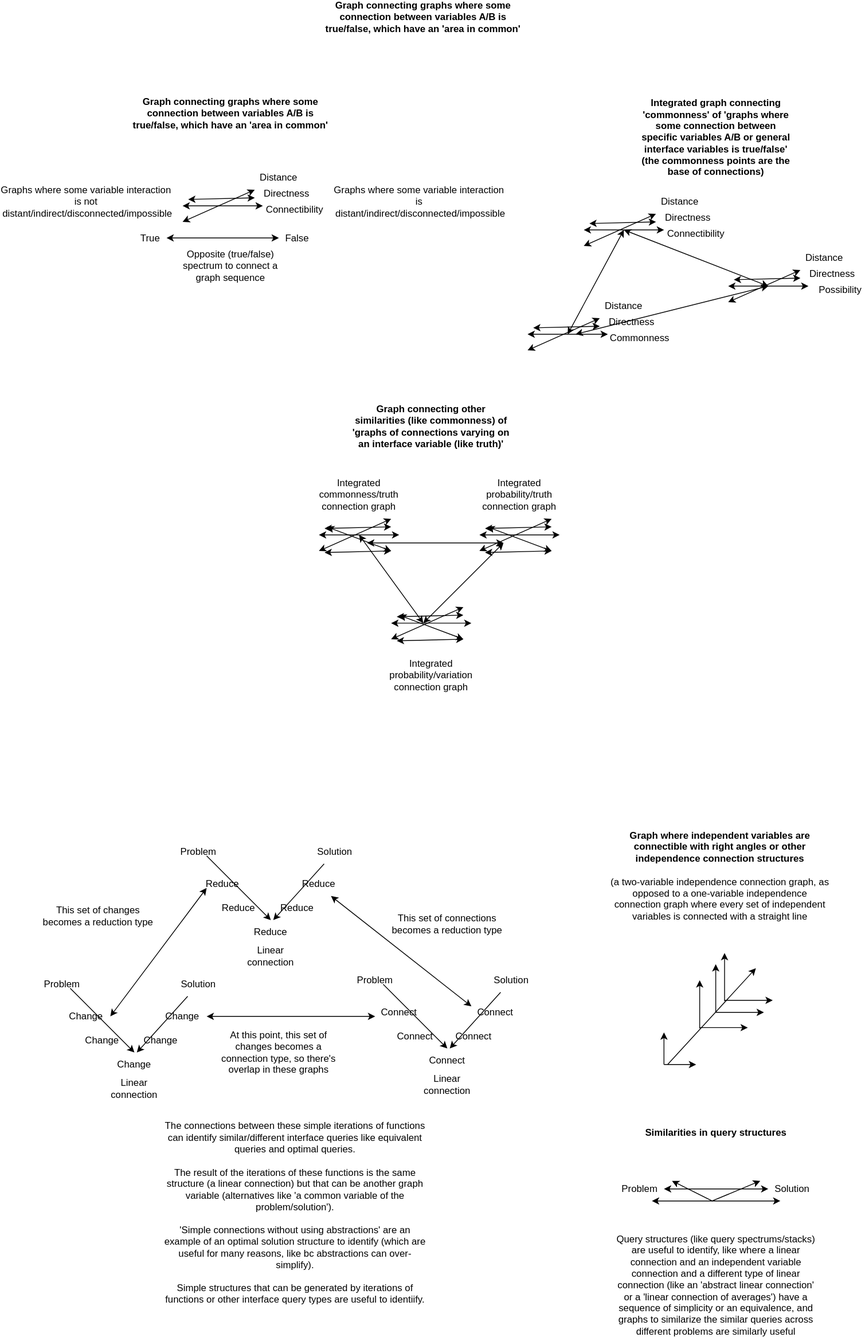
Earlier version of the draw.io export docs/objects/integrated_similarity_spectrum_graphs.drawio.svg (outdreamer/build-a-cure). Source tidied: cells renumbered, new cells last; positions are measured from the earlier drawing's top-left corner, leaving out a move shared by most shapes.
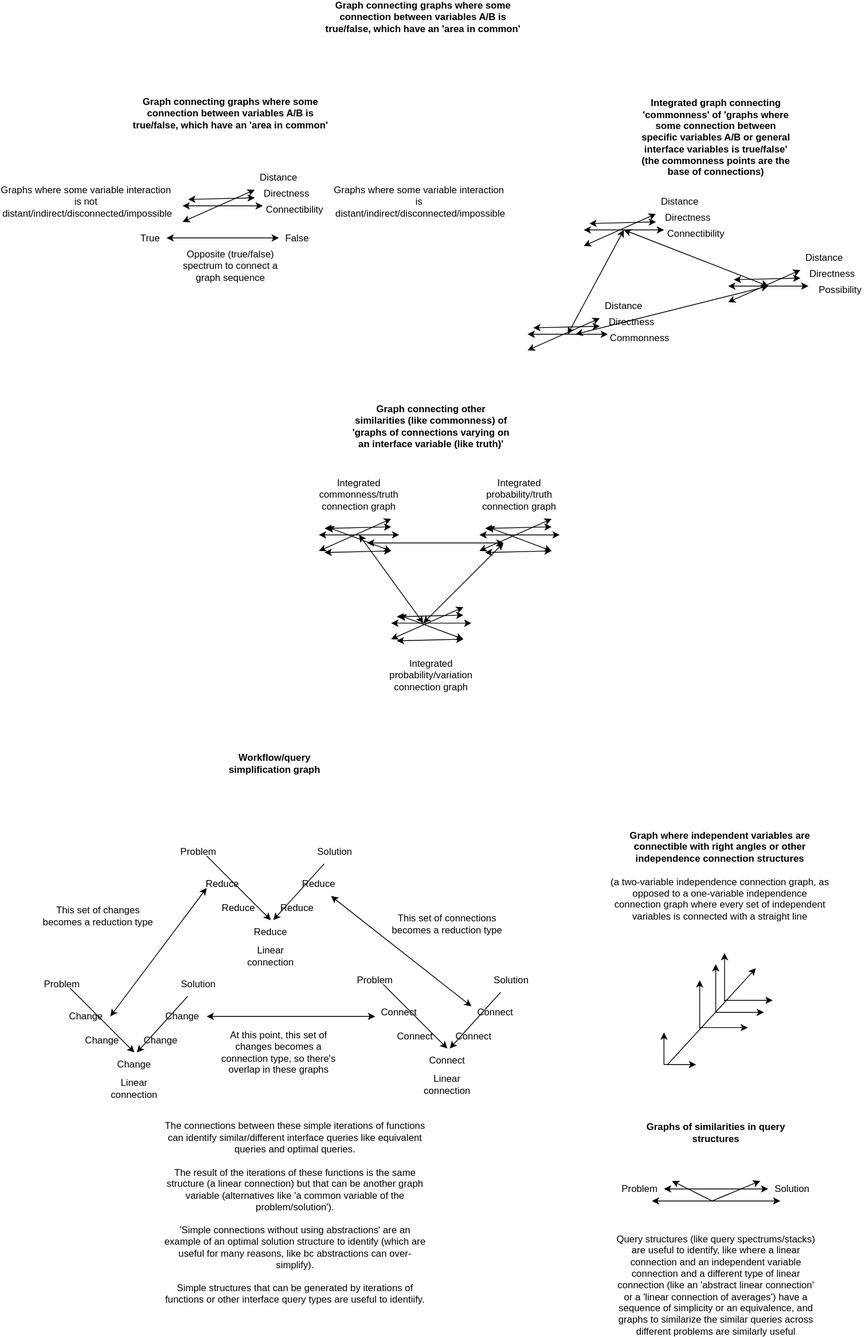
After the change.

Diff of the diagram source:
```diff
@@ -483,8 +483,11 @@
     <mxCell id="112" value="Query structures (like query spectrums/stacks) are useful to identify, like where a linear connection and an independent variable connection and a different type of linear connection (like an 'abstract linear connection' or a 'linear connection of averages') have a sequence of simplicity or an equivalence, and graphs to similarize the similar queries across different problems are similarly useful&lt;span style=&quot;color: rgba(0 , 0 , 0 , 0) ; font-family: monospace ; font-size: 0px&quot;&gt;%3CmxGraphModel%3E%3Croot%3E%3CmxCell%20id%3D%220%22%2F%3E%3CmxCell%20id%3D%221%22%20parent%3D%220%22%2F%3E%3CmxCell%20id%3D%222%22%20value%3D%22Query%20structures%20like%20query%20spectrums%2Fstacks%20are%20useful%20to%20identify%2C%20like%20where%20a%20linear%20connection%20and%20an%20independent%20variable%20connection%20and%20a%20different%20type%20of%20linear%20connection%20(like%20an%20'abstract%20linear%20connection'%20or%20a%20'linear%20connection%20of%20averages')%20have%20a%20sequence%20of%20simplicity%20or%20an%20equivalence%22%20style%3D%22text%3Bhtml%3D1%3BstrokeColor%3Dnone%3BfillColor%3Dnone%3Balign%3Dcenter%3BverticalAlign%3Dmiddle%3BwhiteSpace%3Dwrap%3Brounded%3D0%3B%22%20vertex%3D%221%22%20parent%3D%221%22%3E%3CmxGeometry%20x%3D%22490%22%20y%3D%221590%22%20width%3D%22210%22%20height%3D%2230%22%20as%3D%22geometry%22%2F%3E%3C%2FmxCell%3E%3C%2Froot%3E%3C%2FmxGraphModel%3E&lt;/span&gt;" style="text;html=1;strokeColor=none;fillColor=none;align=center;verticalAlign=middle;whiteSpace=wrap;rounded=0;" parent="1" vertex="1">
       <mxGeometry x="720" y="1580" width="250" height="30" as="geometry" />
     </mxCell>
-    <mxCell id="113" value="Similarities in query structures" style="text;html=1;strokeColor=none;fillColor=none;align=center;verticalAlign=middle;whiteSpace=wrap;rounded=0;fontStyle=1;" parent="1" vertex="1">
+    <mxCell id="113" value="Graphs of similarities in query structures" style="text;html=1;strokeColor=none;fillColor=none;align=center;verticalAlign=middle;whiteSpace=wrap;rounded=0;fontStyle=1;" parent="1" vertex="1">
       <mxGeometry x="740" y="1390" width="210" height="30" as="geometry" />
     </mxCell>
+    <mxCell id="114" value="&lt;b&gt;Workflow/query simplification graph&lt;/b&gt;" style="text;html=1;strokeColor=none;fillColor=none;align=center;verticalAlign=middle;whiteSpace=wrap;rounded=0;" parent="1" vertex="1">
+      <mxGeometry x="220" y="930" width="150" height="30" as="geometry" />
+    </mxCell>
   </root>
 </mxGraphModel>
```
